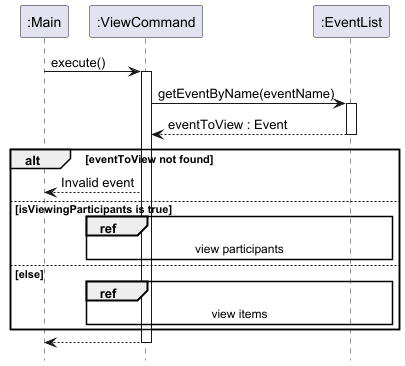
Before: docs/images/ViewEventSequenceDiagram.png, a diagram exported from PlantUML (nus-cs2113-AY2425S1/tp).
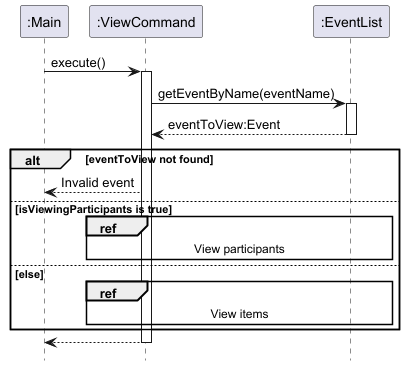
The same diagram one commit later.

The edit, as a diff of the source:
```diff
@@ -12,14 +12,14 @@
 command -> eventList : getEventByName(eventName)
 activate eventList
 
-return eventToView : Event
+return eventToView:Event
 
 alt eventToView not found
     command --> main : Invalid event
 else isViewingParticipants is true
-    ref over command, eventList: view participants
+    ref over command, eventList: View participants
 else else
-    ref over command, eventList: view items
+    ref over command, eventList: View items
 end
 
 return
```
